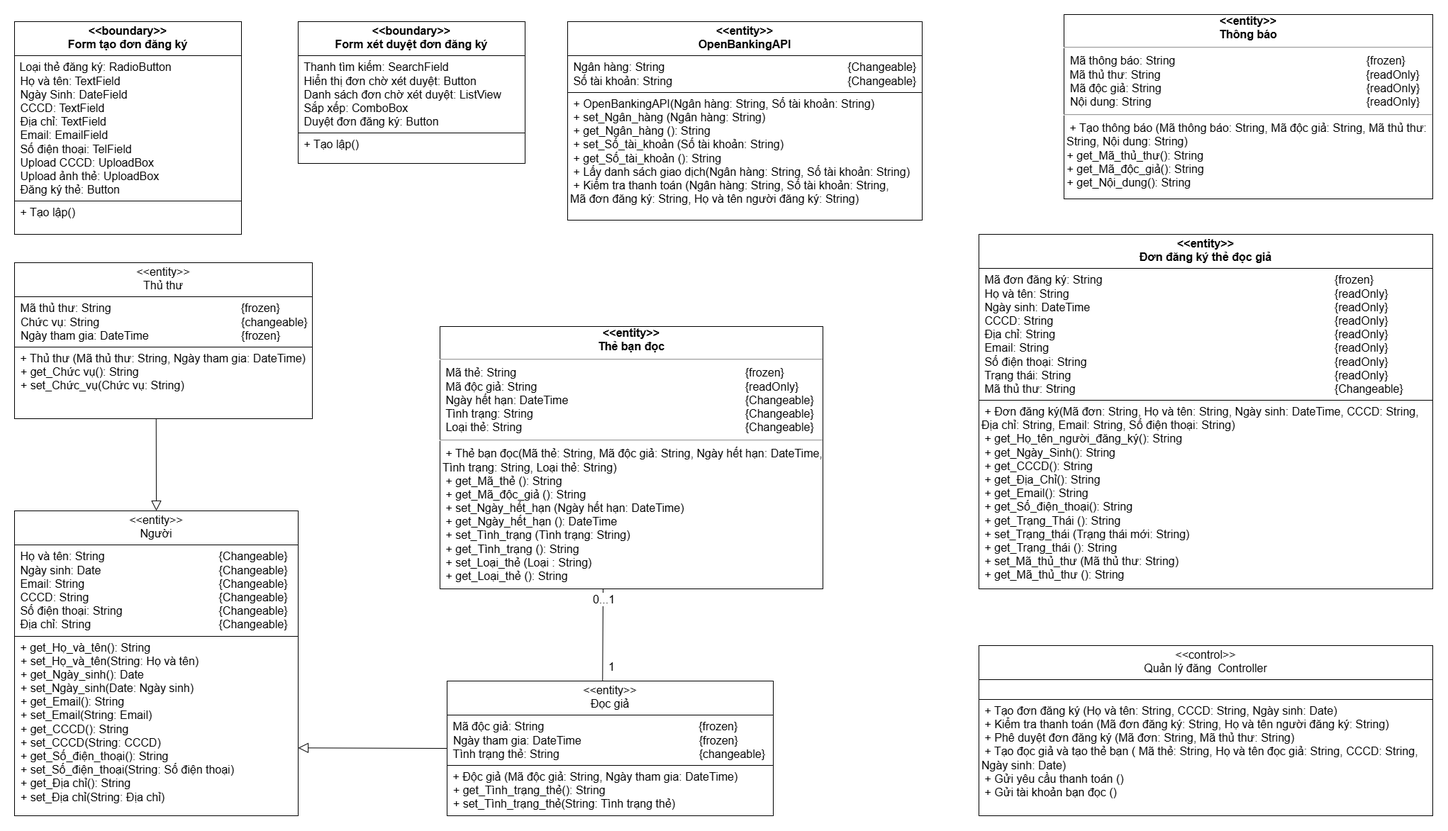
Earlier version of the draw.io export Class Diagram/Design Class Diagram/UC Đăng ký thẻ bạn đọc.png (kimcuongdev/LibrarySystemAD). Source tidied: cells renumbered, new cells last; positions are measured from the earlier drawing's top-left corner, leaving out a move shared by most shapes.
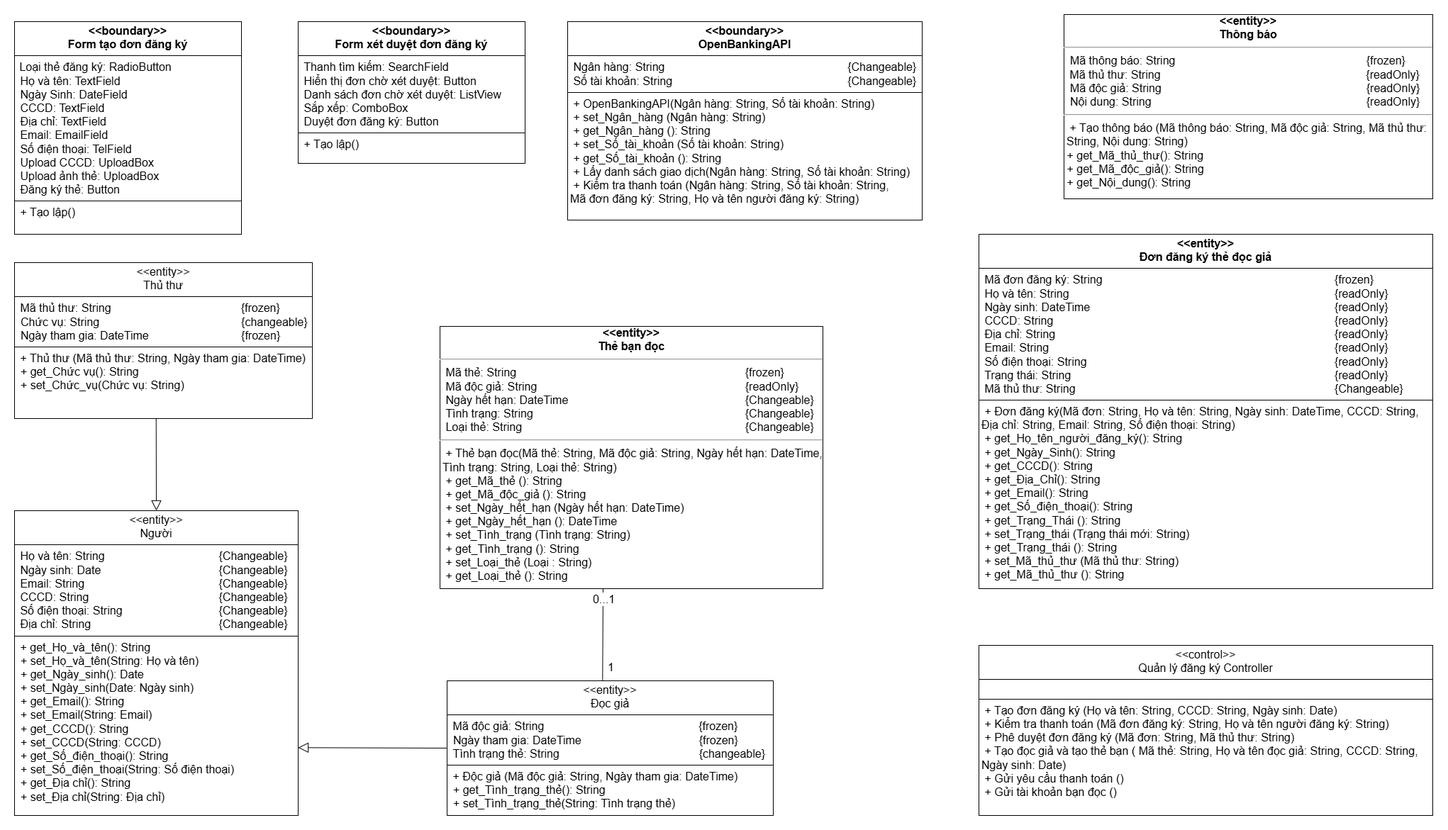
Above is the later version.

Change to the diagram source:
```diff
@@ -42,6 +42,6 @@
     </mxCell>
-    <mxCell id="11" value="&lt;p style=&quot;margin:0px;margin-top:4px;text-align:center;&quot;&gt;&lt;span style=&quot;font-size: 16px; text-wrap-mode: nowrap; color: light-dark(rgb(0, 0, 0), rgb(255, 255, 255)); background-color: light-dark(#ffffff, var(--ge-dark-color, #121212));&quot;&gt;&amp;lt;&amp;lt;control&amp;gt;&amp;gt;&lt;/span&gt;&lt;/p&gt;&lt;div style=&quot;font-size: 16px; text-align: center; text-wrap-mode: nowrap;&quot;&gt;&lt;span style=&quot;background-color: light-dark(#ffffff, var(--ge-dark-color, #121212));&quot;&gt;Quản lý đăng&amp;nbsp; Controller&lt;/span&gt;&lt;/div&gt;&lt;hr size=&quot;1&quot; style=&quot;border-style:solid;&quot;&gt;&lt;p style=&quot;margin:0px;margin-left:4px;&quot;&gt;&lt;span style=&quot;background-color: light-dark(#ffffff, var(--ge-dark-color, #121212));&quot;&gt;&lt;br&gt;&lt;/span&gt;&lt;/p&gt;&lt;hr size=&quot;1&quot; style=&quot;border-style:solid;&quot;&gt;&lt;p style=&quot;font-size: 16px; text-wrap-mode: nowrap; margin: 0px 0px 0px 4px;&quot;&gt;&lt;span style=&quot;background-color: light-dark(#ffffff, var(--ge-dark-color, #121212));&quot;&gt;&amp;nbsp;+ Tạo đơn đăng ký (Họ và tên: String, CCCD: String, Ngày sinh: Date)&lt;/span&gt;&lt;/p&gt;&lt;p style=&quot;font-size: 16px; text-wrap-mode: nowrap; margin: 0px 0px 0px 4px;&quot;&gt;&lt;span style=&quot;background-color: light-dark(#ffffff, var(--ge-dark-color, #121212));&quot;&gt;&amp;nbsp;+ Kiểm tra thanh toán (Mã đơn đăng ký: String, Họ và tên người đăng ký: String)&lt;/span&gt;&lt;/p&gt;&lt;p style=&quot;font-size: 16px; text-wrap-mode: nowrap; margin: 0px 0px 0px 4px;&quot;&gt;&lt;span style=&quot;background-color: light-dark(#ffffff, var(--ge-dark-color, #121212));&quot;&gt;&amp;nbsp;+ Phê duyệt đơn đăng ký (Mã đơn: String, Mã thủ thư: String)&lt;/span&gt;&lt;/p&gt;&lt;p style=&quot;font-size: 16px; text-wrap-mode: nowrap; margin: 0px 0px 0px 4px;&quot;&gt;&lt;span style=&quot;background-color: light-dark(#ffffff, var(--ge-dark-color, #121212));&quot;&gt;&amp;nbsp;+ Tạo đọc giả và tạo thẻ bạn ( Mã thẻ: String, Họ và tên đọc giả: String,&amp;nbsp;&lt;/span&gt;&lt;span style=&quot;background-color: light-dark(#ffffff, var(--ge-dark-color, #121212)); color: light-dark(rgb(0, 0, 0), rgb(255, 255, 255));&quot;&gt;CCCD: String,&amp;nbsp;&lt;/span&gt;&lt;/p&gt;&lt;p style=&quot;font-size: 16px; text-wrap-mode: nowrap; margin: 0px 0px 0px 4px;&quot;&gt;&lt;span style=&quot;color: light-dark(rgb(0, 0, 0), rgb(255, 255, 255));&quot;&gt;Ngày sinh: Date)&lt;/span&gt;&lt;/p&gt;&lt;p style=&quot;font-size: 16px; text-wrap-mode: nowrap; margin: 0px 0px 0px 4px;&quot;&gt;&lt;span style=&quot;background-color: light-dark(#ffffff, var(--ge-dark-color, #121212));&quot;&gt;&amp;nbsp;&lt;span style=&quot;color: light-dark(rgb(0, 0, 0), rgb(255, 255, 255));&quot;&gt;+ Gửi yêu cầu thanh toán ()&lt;/span&gt;&lt;/span&gt;&lt;/p&gt;&lt;p style=&quot;font-size: 16px; text-wrap-mode: nowrap; margin: 0px 0px 0px 4px;&quot;&gt;&lt;span style=&quot;background-color: light-dark(#ffffff, var(--ge-dark-color, #121212));&quot;&gt;&amp;nbsp;+ Gửi tài khoản bạn đọc ()&amp;nbsp;&lt;/span&gt;&lt;/p&gt;" style="verticalAlign=top;align=left;overflow=fill;html=1;whiteSpace=wrap;" parent="1" vertex="1">
+    <mxCell id="11" value="&lt;p style=&quot;margin:0px;margin-top:4px;text-align:center;&quot;&gt;&lt;span style=&quot;font-size: 16px; text-wrap-mode: nowrap; color: light-dark(rgb(0, 0, 0), rgb(255, 255, 255)); background-color: light-dark(#ffffff, var(--ge-dark-color, #121212));&quot;&gt;&amp;lt;&amp;lt;control&amp;gt;&amp;gt;&lt;/span&gt;&lt;/p&gt;&lt;div style=&quot;font-size: 16px; text-align: center; text-wrap-mode: nowrap;&quot;&gt;&lt;span style=&quot;background-color: light-dark(#ffffff, var(--ge-dark-color, #121212));&quot;&gt;Quản lý đăng ký Controller&lt;/span&gt;&lt;/div&gt;&lt;hr size=&quot;1&quot; style=&quot;border-style:solid;&quot;&gt;&lt;p style=&quot;margin:0px;margin-left:4px;&quot;&gt;&lt;span style=&quot;background-color: light-dark(#ffffff, var(--ge-dark-color, #121212));&quot;&gt;&lt;br&gt;&lt;/span&gt;&lt;/p&gt;&lt;hr size=&quot;1&quot; style=&quot;border-style:solid;&quot;&gt;&lt;p style=&quot;font-size: 16px; text-wrap-mode: nowrap; margin: 0px 0px 0px 4px;&quot;&gt;&lt;span style=&quot;background-color: light-dark(#ffffff, var(--ge-dark-color, #121212));&quot;&gt;&amp;nbsp;+ Tạo đơn đăng ký (Họ và tên: String, CCCD: String, Ngày sinh: Date)&lt;/span&gt;&lt;/p&gt;&lt;p style=&quot;font-size: 16px; text-wrap-mode: nowrap; margin: 0px 0px 0px 4px;&quot;&gt;&lt;span style=&quot;background-color: light-dark(#ffffff, var(--ge-dark-color, #121212));&quot;&gt;&amp;nbsp;+ Kiểm tra thanh toán (Mã đơn đăng ký: String, Họ và tên người đăng ký: String)&lt;/span&gt;&lt;/p&gt;&lt;p style=&quot;font-size: 16px; text-wrap-mode: nowrap; margin: 0px 0px 0px 4px;&quot;&gt;&lt;span style=&quot;background-color: light-dark(#ffffff, var(--ge-dark-color, #121212));&quot;&gt;&amp;nbsp;+ Phê duyệt đơn đăng ký (Mã đơn: String, Mã thủ thư: String)&lt;/span&gt;&lt;/p&gt;&lt;p style=&quot;font-size: 16px; text-wrap-mode: nowrap; margin: 0px 0px 0px 4px;&quot;&gt;&lt;span style=&quot;background-color: light-dark(#ffffff, var(--ge-dark-color, #121212));&quot;&gt;&amp;nbsp;+ Tạo đọc giả và tạo thẻ bạn ( Mã thẻ: String, Họ và tên đọc giả: String,&amp;nbsp;&lt;/span&gt;&lt;span style=&quot;background-color: light-dark(#ffffff, var(--ge-dark-color, #121212)); color: light-dark(rgb(0, 0, 0), rgb(255, 255, 255));&quot;&gt;CCCD: String,&amp;nbsp;&lt;/span&gt;&lt;/p&gt;&lt;p style=&quot;font-size: 16px; text-wrap-mode: nowrap; margin: 0px 0px 0px 4px;&quot;&gt;&lt;span style=&quot;color: light-dark(rgb(0, 0, 0), rgb(255, 255, 255));&quot;&gt;Ngày sinh: Date)&lt;/span&gt;&lt;/p&gt;&lt;p style=&quot;font-size: 16px; text-wrap-mode: nowrap; margin: 0px 0px 0px 4px;&quot;&gt;&lt;span style=&quot;background-color: light-dark(#ffffff, var(--ge-dark-color, #121212));&quot;&gt;&amp;nbsp;&lt;span style=&quot;color: light-dark(rgb(0, 0, 0), rgb(255, 255, 255));&quot;&gt;+ Gửi yêu cầu thanh toán ()&lt;/span&gt;&lt;/span&gt;&lt;/p&gt;&lt;p style=&quot;font-size: 16px; text-wrap-mode: nowrap; margin: 0px 0px 0px 4px;&quot;&gt;&lt;span style=&quot;background-color: light-dark(#ffffff, var(--ge-dark-color, #121212));&quot;&gt;&amp;nbsp;+ Gửi tài khoản bạn đọc ()&amp;nbsp;&lt;/span&gt;&lt;/p&gt;" style="verticalAlign=top;align=left;overflow=fill;html=1;whiteSpace=wrap;" parent="1" vertex="1">
       <mxGeometry x="1360" y="890" width="640" height="240" as="geometry" />
     </mxCell>
-    <mxCell id="12" value="&lt;p style=&quot;margin:0px;margin-top:4px;text-align:center;&quot;&gt;&lt;span style=&quot;font-size: 16px; text-wrap-mode: nowrap; background-color: transparent; color: light-dark(rgb(0, 0, 0), rgb(255, 255, 255));&quot;&gt;&lt;b&gt;&amp;lt;&amp;lt;entity&amp;gt;&amp;gt;&lt;/b&gt;&lt;/span&gt;&lt;/p&gt;&lt;div style=&quot;font-size: 16px; text-align: center; text-wrap-mode: nowrap;&quot;&gt;&lt;b&gt;OpenBankingAPI&lt;/b&gt;&lt;/div&gt;&lt;hr size=&quot;1&quot; style=&quot;border-style:solid;&quot;&gt;&lt;p style=&quot;margin:0px;margin-left:4px;&quot;&gt;&lt;font style=&quot;font-size: 16px;&quot;&gt;&lt;span style=&quot;background-color: transparent; color: light-dark(rgb(0, 0, 0), rgb(255, 255, 255));&quot;&gt;&amp;nbsp;Ngân hàng: String&lt;/span&gt;&amp;nbsp;&lt;span style=&quot;white-space: pre;&quot;&gt;&#9;&lt;/span&gt;&lt;span style=&quot;white-space: pre;&quot;&gt;&#9;&lt;/span&gt;&lt;span style=&quot;white-space: pre;&quot;&gt;&#9;&lt;/span&gt;&lt;span style=&quot;white-space: pre;&quot;&gt;&#9;&lt;/span&gt;&lt;span style=&quot;white-space: pre;&quot;&gt;&#9;&lt;/span&gt;&lt;span style=&quot;white-space: pre;&quot;&gt;&#9;&lt;/span&gt;&lt;span style=&quot;white-space: pre;&quot;&gt;&#9;&lt;/span&gt;&lt;span style=&quot;white-space: pre;&quot;&gt;&#9;&lt;/span&gt;&lt;/font&gt;&lt;span style=&quot;font-size: 16px; text-wrap-mode: nowrap; background-color: transparent; color: light-dark(rgb(0, 0, 0), rgb(255, 255, 255));&quot;&gt;{Changeable}&lt;/span&gt;&lt;/p&gt;&lt;p style=&quot;margin:0px;margin-left:4px;&quot;&gt;&lt;font style=&quot;font-size: 16px;&quot;&gt;&amp;nbsp;Số tài khoản: String&amp;nbsp;&lt;span style=&quot;white-space: pre;&quot;&gt;&#9;&lt;/span&gt;&lt;span style=&quot;white-space: pre;&quot;&gt;&#9;&lt;/span&gt;&lt;span style=&quot;white-space: pre;&quot;&gt;&#9;&lt;/span&gt;&lt;span style=&quot;white-space: pre;&quot;&gt;&#9;&lt;/span&gt;&lt;span style=&quot;white-space: pre;&quot;&gt;&#9;&lt;/span&gt;&lt;span style=&quot;white-space: pre;&quot;&gt;&#9;&lt;/span&gt;&lt;span style=&quot;white-space: pre;&quot;&gt;&#9;&lt;/span&gt;&lt;/font&gt;&lt;span style=&quot;font-size: 16px; text-wrap-mode: nowrap; background-color: transparent; color: light-dark(rgb(0, 0, 0), rgb(255, 255, 255));&quot;&gt;{Changeable}&lt;/span&gt;&lt;/p&gt;&lt;hr size=&quot;1&quot; style=&quot;border-style:solid;&quot;&gt;&lt;p style=&quot;font-size: 16px; text-wrap-mode: nowrap; margin: 0px 0px 0px 4px;&quot;&gt;&amp;nbsp;+ OpenBankingAPI(Ngân hàng: String, Số tài khoản: String)&lt;/p&gt;&lt;p style=&quot;text-wrap-mode: nowrap; font-size: 16px; margin: 0px 0px 0px 4px;&quot;&gt;&amp;nbsp;&lt;span style=&quot;background-color: transparent; color: light-dark(rgb(0, 0, 0), rgb(255, 255, 255));&quot;&gt;+ set_Ngân_hàng (Ngân hàng: String)&amp;nbsp;&lt;/span&gt;&lt;/p&gt;&lt;p style=&quot;font-size: 16px; text-wrap-mode: nowrap; margin: 0px 0px 0px 4px;&quot;&gt;&lt;span style=&quot;background-color: transparent; color: light-dark(rgb(0, 0, 0), rgb(255, 255, 255));&quot;&gt;&amp;nbsp;+ get_Ngân_hàng (): String&lt;/span&gt;&lt;/p&gt;&lt;p style=&quot;text-wrap-mode: nowrap; font-size: 16px; margin: 0px 0px 0px 4px;&quot;&gt;&amp;nbsp;&lt;span style=&quot;background-color: transparent; color: light-dark(rgb(0, 0, 0), rgb(255, 255, 255));&quot;&gt;+ set_Số_tài_khoản (Số tài khoản: String)&amp;nbsp;&lt;/span&gt;&lt;/p&gt;&lt;p style=&quot;text-wrap-mode: nowrap; font-size: 16px; margin: 0px 0px 0px 4px;&quot;&gt;&amp;nbsp;+ get_Số_tài_khoản (): String&lt;/p&gt;&lt;p style=&quot;font-size: 16px; text-wrap-mode: nowrap; margin: 0px 0px 0px 4px;&quot;&gt;&lt;span style=&quot;background-color: transparent; color: light-dark(rgb(0, 0, 0), rgb(255, 255, 255));&quot;&gt;&amp;nbsp;+ Lấy danh sách giao dịch(&lt;/span&gt;&lt;span style=&quot;background-color: transparent; color: light-dark(rgb(0, 0, 0), rgb(255, 255, 255));&quot;&gt;Ngân hàng: String,&amp;nbsp;&lt;/span&gt;&lt;span style=&quot;background-color: transparent; color: light-dark(rgb(0, 0, 0), rgb(255, 255, 255));&quot;&gt;Số tài khoản: String&lt;/span&gt;&lt;span style=&quot;background-color: transparent; color: light-dark(rgb(0, 0, 0), rgb(255, 255, 255));&quot;&gt;)&lt;/span&gt;&lt;/p&gt;&lt;p style=&quot;font-size: 16px; text-wrap-mode: nowrap; margin: 0px 0px 0px 4px;&quot;&gt;&amp;nbsp;+ Kiểm tra thanh toán (Ngân hàng: String, Số tài khoản: String,&amp;nbsp;&lt;/p&gt;&lt;p style=&quot;font-size: 16px; text-wrap-mode: nowrap; margin: 0px 0px 0px 4px;&quot;&gt;&lt;span style=&quot;background-color: transparent; color: light-dark(rgb(0, 0, 0), rgb(255, 255, 255));&quot;&gt;Mã đơn đăng ký: String,&amp;nbsp;&lt;/span&gt;&lt;span style=&quot;background-color: transparent; color: light-dark(rgb(0, 0, 0), rgb(255, 255, 255));&quot;&gt;Họ và tên người đăng ký: String)&lt;/span&gt;&lt;/p&gt;" style="verticalAlign=top;align=left;overflow=fill;html=1;whiteSpace=wrap;" parent="1" vertex="1">
+    <mxCell id="12" value="&lt;p style=&quot;margin:0px;margin-top:4px;text-align:center;&quot;&gt;&lt;span style=&quot;font-size: 16px; text-wrap-mode: nowrap; background-color: transparent; color: light-dark(rgb(0, 0, 0), rgb(255, 255, 255));&quot;&gt;&lt;b&gt;&amp;lt;&amp;lt;&lt;/b&gt;&lt;/span&gt;&lt;b style=&quot;font-size: 16px; text-wrap-mode: nowrap;&quot;&gt;boundary&lt;/b&gt;&lt;span style=&quot;font-size: 16px; text-wrap-mode: nowrap; background-color: transparent; color: light-dark(rgb(0, 0, 0), rgb(255, 255, 255));&quot;&gt;&lt;b&gt;&amp;gt;&amp;gt;&lt;/b&gt;&lt;/span&gt;&lt;/p&gt;&lt;div style=&quot;font-size: 16px; text-align: center; text-wrap-mode: nowrap;&quot;&gt;&lt;b&gt;OpenBankingAPI&lt;/b&gt;&lt;/div&gt;&lt;hr size=&quot;1&quot; style=&quot;border-style:solid;&quot;&gt;&lt;p style=&quot;margin:0px;margin-left:4px;&quot;&gt;&lt;font style=&quot;font-size: 16px;&quot;&gt;&lt;span style=&quot;background-color: transparent; color: light-dark(rgb(0, 0, 0), rgb(255, 255, 255));&quot;&gt;&amp;nbsp;Ngân hàng: String&lt;/span&gt;&amp;nbsp;&lt;span style=&quot;white-space: pre;&quot;&gt;&#9;&lt;/span&gt;&lt;span style=&quot;white-space: pre;&quot;&gt;&#9;&lt;/span&gt;&lt;span style=&quot;white-space: pre;&quot;&gt;&#9;&lt;/span&gt;&lt;span style=&quot;white-space: pre;&quot;&gt;&#9;&lt;/span&gt;&lt;span style=&quot;white-space: pre;&quot;&gt;&#9;&lt;/span&gt;&lt;span style=&quot;white-space: pre;&quot;&gt;&#9;&lt;/span&gt;&lt;span style=&quot;white-space: pre;&quot;&gt;&#9;&lt;/span&gt;&lt;span style=&quot;white-space: pre;&quot;&gt;&#9;&lt;/span&gt;&lt;/font&gt;&lt;span style=&quot;font-size: 16px; text-wrap-mode: nowrap; background-color: transparent; color: light-dark(rgb(0, 0, 0), rgb(255, 255, 255));&quot;&gt;{Changeable}&lt;/span&gt;&lt;/p&gt;&lt;p style=&quot;margin:0px;margin-left:4px;&quot;&gt;&lt;font style=&quot;font-size: 16px;&quot;&gt;&amp;nbsp;Số tài khoản: String&amp;nbsp;&lt;span style=&quot;white-space: pre;&quot;&gt;&#9;&lt;/span&gt;&lt;span style=&quot;white-space: pre;&quot;&gt;&#9;&lt;/span&gt;&lt;span style=&quot;white-space: pre;&quot;&gt;&#9;&lt;/span&gt;&lt;span style=&quot;white-space: pre;&quot;&gt;&#9;&lt;/span&gt;&lt;span style=&quot;white-space: pre;&quot;&gt;&#9;&lt;/span&gt;&lt;span style=&quot;white-space: pre;&quot;&gt;&#9;&lt;/span&gt;&lt;span style=&quot;white-space: pre;&quot;&gt;&#9;&lt;/span&gt;&lt;/font&gt;&lt;span style=&quot;font-size: 16px; text-wrap-mode: nowrap; background-color: transparent; color: light-dark(rgb(0, 0, 0), rgb(255, 255, 255));&quot;&gt;{Changeable}&lt;/span&gt;&lt;/p&gt;&lt;hr size=&quot;1&quot; style=&quot;border-style:solid;&quot;&gt;&lt;p style=&quot;font-size: 16px; text-wrap-mode: nowrap; margin: 0px 0px 0px 4px;&quot;&gt;&amp;nbsp;+ OpenBankingAPI(Ngân hàng: String, Số tài khoản: String)&lt;/p&gt;&lt;p style=&quot;text-wrap-mode: nowrap; font-size: 16px; margin: 0px 0px 0px 4px;&quot;&gt;&amp;nbsp;&lt;span style=&quot;background-color: transparent; color: light-dark(rgb(0, 0, 0), rgb(255, 255, 255));&quot;&gt;+ set_Ngân_hàng (Ngân hàng: String)&amp;nbsp;&lt;/span&gt;&lt;/p&gt;&lt;p style=&quot;font-size: 16px; text-wrap-mode: nowrap; margin: 0px 0px 0px 4px;&quot;&gt;&lt;span style=&quot;background-color: transparent; color: light-dark(rgb(0, 0, 0), rgb(255, 255, 255));&quot;&gt;&amp;nbsp;+ get_Ngân_hàng (): String&lt;/span&gt;&lt;/p&gt;&lt;p style=&quot;text-wrap-mode: nowrap; font-size: 16px; margin: 0px 0px 0px 4px;&quot;&gt;&amp;nbsp;&lt;span style=&quot;background-color: transparent; color: light-dark(rgb(0, 0, 0), rgb(255, 255, 255));&quot;&gt;+ set_Số_tài_khoản (Số tài khoản: String)&amp;nbsp;&lt;/span&gt;&lt;/p&gt;&lt;p style=&quot;text-wrap-mode: nowrap; font-size: 16px; margin: 0px 0px 0px 4px;&quot;&gt;&amp;nbsp;+ get_Số_tài_khoản (): String&lt;/p&gt;&lt;p style=&quot;font-size: 16px; text-wrap-mode: nowrap; margin: 0px 0px 0px 4px;&quot;&gt;&lt;span style=&quot;background-color: transparent; color: light-dark(rgb(0, 0, 0), rgb(255, 255, 255));&quot;&gt;&amp;nbsp;+ Lấy danh sách giao dịch(&lt;/span&gt;&lt;span style=&quot;background-color: transparent; color: light-dark(rgb(0, 0, 0), rgb(255, 255, 255));&quot;&gt;Ngân hàng: String,&amp;nbsp;&lt;/span&gt;&lt;span style=&quot;background-color: transparent; color: light-dark(rgb(0, 0, 0), rgb(255, 255, 255));&quot;&gt;Số tài khoản: String&lt;/span&gt;&lt;span style=&quot;background-color: transparent; color: light-dark(rgb(0, 0, 0), rgb(255, 255, 255));&quot;&gt;)&lt;/span&gt;&lt;/p&gt;&lt;p style=&quot;font-size: 16px; text-wrap-mode: nowrap; margin: 0px 0px 0px 4px;&quot;&gt;&amp;nbsp;+ Kiểm tra thanh toán (Ngân hàng: String, Số tài khoản: String,&amp;nbsp;&lt;/p&gt;&lt;p style=&quot;font-size: 16px; text-wrap-mode: nowrap; margin: 0px 0px 0px 4px;&quot;&gt;&lt;span style=&quot;background-color: transparent; color: light-dark(rgb(0, 0, 0), rgb(255, 255, 255));&quot;&gt;Mã đơn đăng ký: String,&amp;nbsp;&lt;/span&gt;&lt;span style=&quot;background-color: transparent; color: light-dark(rgb(0, 0, 0), rgb(255, 255, 255));&quot;&gt;Họ và tên người đăng ký: String)&lt;/span&gt;&lt;/p&gt;" style="verticalAlign=top;align=left;overflow=fill;html=1;whiteSpace=wrap;" parent="1" vertex="1">
       <mxGeometry x="780" y="10" width="500" height="280" as="geometry" />
```
